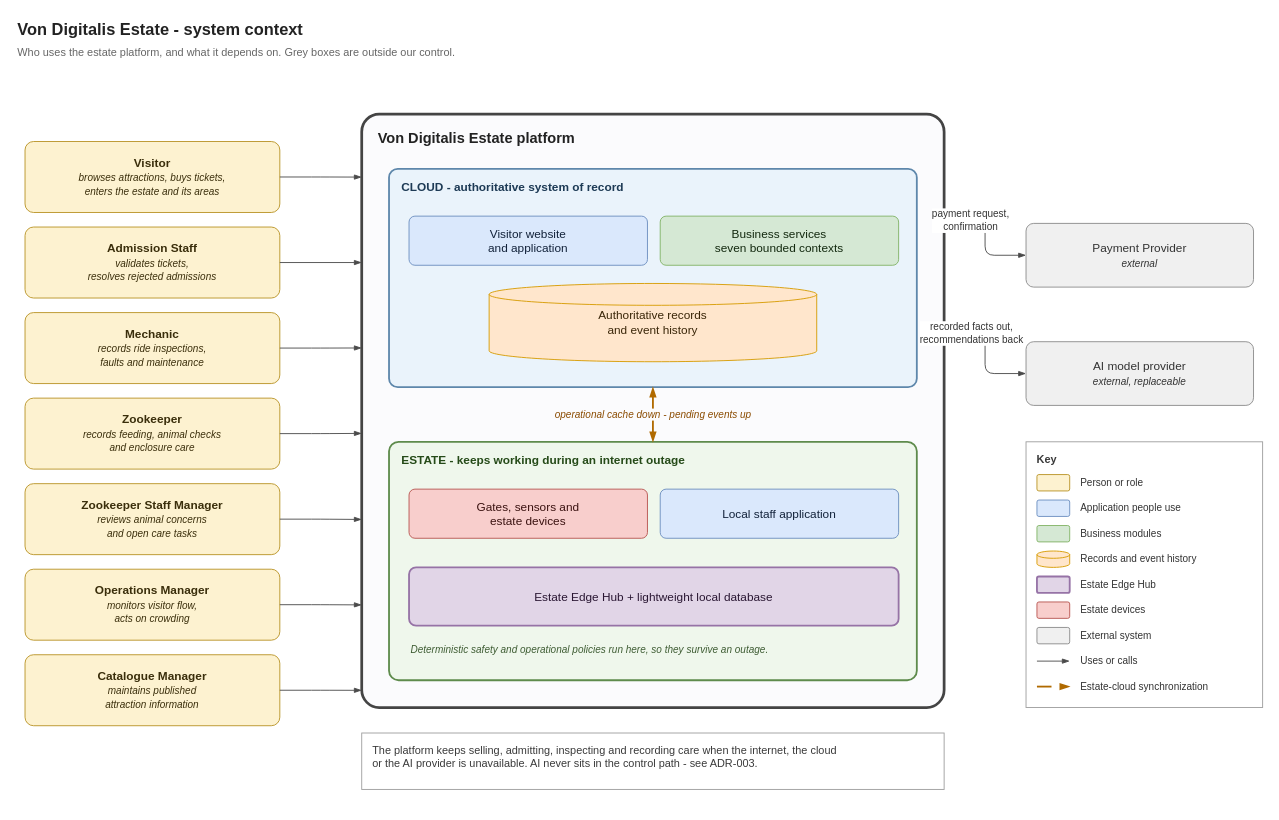
Before: diagrams/context-estate.drawio in malloc37/ByteDojoArchiKata2026, a draw.io diagram. Source tidied: cells renumbered, new cells numbered last; positions are measured from the earlier drawing's top-left corner, leaving out a move shared by most shapes. Both pictures are drawn from the tidied source at 91%, with x=0, y=0 at pixel (15, 15).
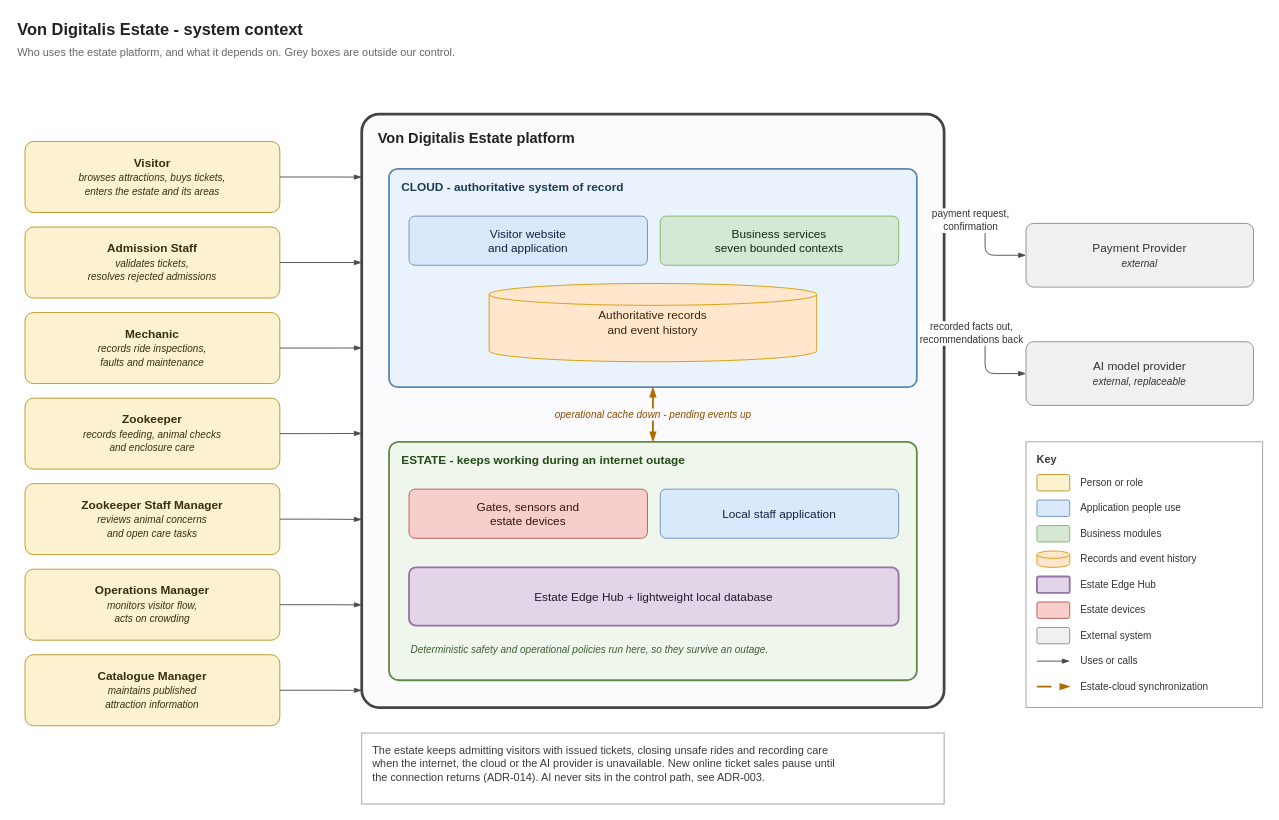
After the change.

The edit, as a diff of the source:
```diff
@@
-    <mxCell id="33" value="The platform keeps selling, admitting, inspecting and recording care when the internet, the cloud&#10;or the AI provider is unavailable. AI never sits in the control path - see ADR-003." style="rounded=0;whiteSpace=wrap;html=1;fillColor=#FFFFFF;strokeColor=#9E9E9E;fontColor=#3A3A3A;align=left;verticalAlign=top;fontSize=12;spacingLeft=10;spacingTop=6;" parent="1" vertex="1">
-      <mxGeometry x="380" y="788" width="640" height="62" as="geometry" />
+    <mxCell id="33" value="The estate keeps admitting visitors with issued tickets, closing unsafe rides and recording care&#10;when the internet, the cloud or the AI provider is unavailable. New online ticket sales pause until&#10;the connection returns (ADR-014). AI never sits in the control path, see ADR-003." style="rounded=0;whiteSpace=wrap;html=1;fillColor=#FFFFFF;strokeColor=#9E9E9E;fontColor=#3A3A3A;align=left;verticalAlign=top;fontSize=12;spacingLeft=10;spacingTop=6;" parent="1" vertex="1">
+      <mxGeometry x="380" y="788" width="640" height="78" as="geometry" />
     </mxCell>
```
